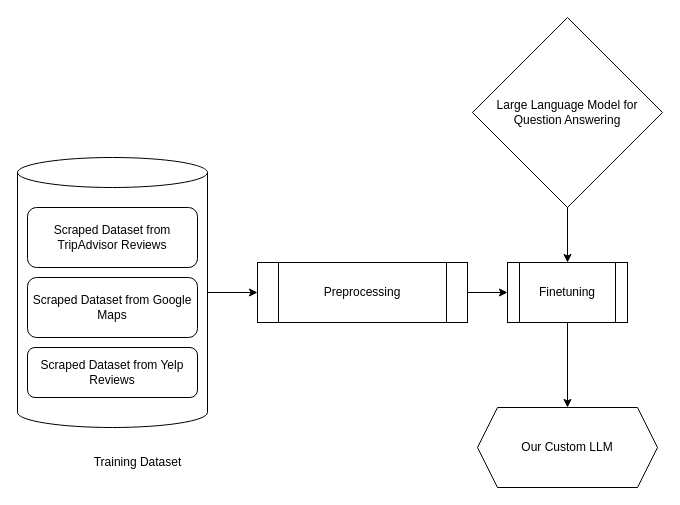
Earlier version of the draw.io diagram Travel Advisor.drawio (tinkvu/ConversationalRecommenderSystemForMaps). Source tidied: cells renumbered, new cells numbered last; positions are measured from the earlier drawing's top-left corner, leaving out a move shared by most shapes. Both pictures are drawn from the tidied source at 100%, with x=0, y=0 at pixel (17, 17).
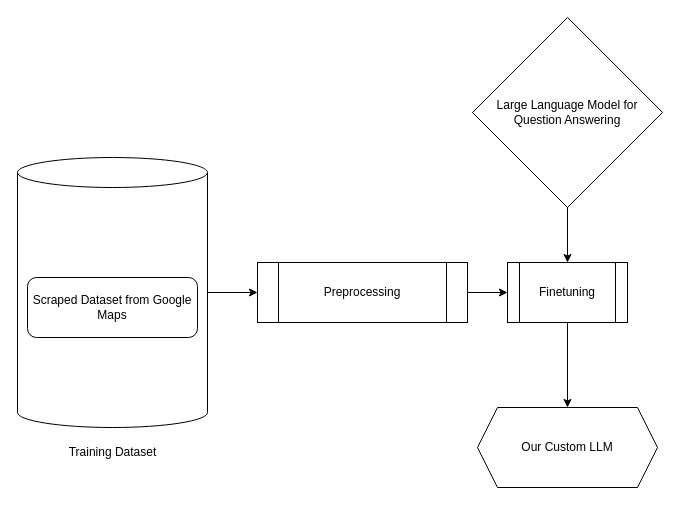
The same page after the edit.

Diff of the diagram source:
```diff
@@
 <mxGraphModel>
   <root>
     <mxCell id="0" />
     <mxCell id="1" parent="0" />
     <mxCell id="2" style="edgeStyle=orthogonalEdgeStyle;rounded=0;jettySize=auto;html=1;" parent="1" edge="1" source="3" target="9">
       <mxGeometry relative="1" as="geometry" />
     </mxCell>
     <mxCell id="3" style="shape=cylinder3;whiteSpace=wrap;html=1;boundedLbl=1;backgroundOutline=1;size=15;" parent="1" vertex="1">
       <mxGeometry y="140" width="190" height="270" as="geometry" />
     </mxCell>
-    <mxCell id="4" value="Scraped Dataset from TripAdvisor Reviews" style="rounded=1;whiteSpace=wrap;html=1;" parent="1" vertex="1">
-      <mxGeometry x="10" y="190" width="170" height="60" as="geometry" />
-    </mxCell>
-    <mxCell id="5" value="Scraped Dataset from Yelp Reviews" style="rounded=1;whiteSpace=wrap;html=1;" parent="1" vertex="1">
-      <mxGeometry x="10" y="330" width="170" height="50" as="geometry" />
-    </mxCell>
     <mxCell id="6" value="Scraped Dataset from Google Maps" style="rounded=1;whiteSpace=wrap;html=1;" parent="1" vertex="1">
       <mxGeometry x="10" y="260" width="170" height="60" as="geometry" />
     </mxCell>
     <mxCell id="7" value="Training Dataset" style="text;html=1;align=center;verticalAlign=middle;strokeColor=none;fillColor=none;" parent="1" vertex="1">
-      <mxGeometry x="65" y="430" width="110" height="30" as="geometry" />
+      <mxGeometry x="40" y="420" width="110" height="30" as="geometry" />
     </mxCell>
     <mxCell id="8" style="edgeStyle=orthogonalEdgeStyle;rounded=0;jettySize=auto;html=1;" parent="1" edge="1" source="9" target="14">
       <mxGeometry relative="1" as="geometry" />
     </mxCell>
     <mxCell id="9" value="Preprocessing" style="shape=process;whiteSpace=wrap;html=1;backgroundOutline=1;" parent="1" vertex="1">
       <mxGeometry x="240" y="245" width="210" height="60" as="geometry" />
     </mxCell>
     <mxCell id="10" style="edgeStyle=orthogonalEdgeStyle;rounded=0;jettySize=auto;html=1;" parent="1" edge="1" source="14" target="12">
       <mxGeometry relative="1" as="geometry" />
     </mxCell>
     <mxCell id="11" value="Large Language Model for Question Answering" style="rhombus;whiteSpace=wrap;html=1;" parent="1" vertex="1">
       <mxGeometry x="455" width="190" height="190" as="geometry" />
     </mxCell>
     <mxCell id="12" value="Our Custom LLM" style="shape=hexagon;perimeter=hexagonPerimeter2;whiteSpace=wrap;html=1;fixedSize=1;" parent="1" vertex="1">
       <mxGeometry x="460" y="390" width="180" height="80" as="geometry" />
     </mxCell>
     <mxCell id="13" style="edgeStyle=orthogonalEdgeStyle;rounded=0;jettySize=auto;html=1;" parent="1" edge="1" source="11" target="14">
       <mxGeometry relative="1" as="geometry" />
     </mxCell>
     <mxCell id="14" value="Finetuning" style="shape=process;whiteSpace=wrap;html=1;backgroundOutline=1;" parent="1" vertex="1">
       <mxGeometry x="490" y="245" width="120" height="60" as="geometry" />
     </mxCell>
   </root>
 </mxGraphModel>
```
